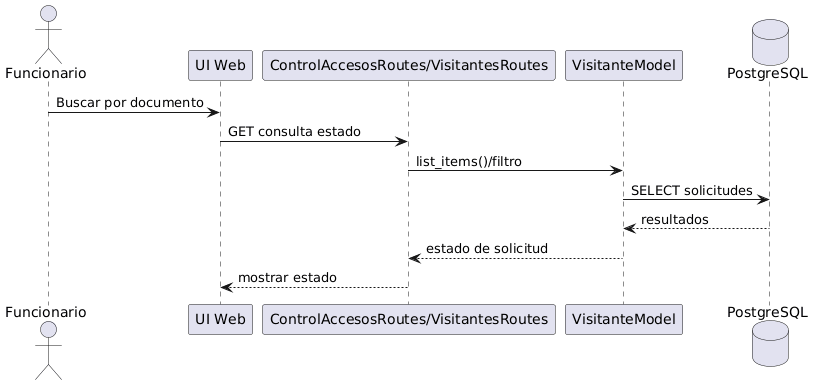
maranavard/SISTEMA-COMPUTACIONAL-PARA-LA-GESTION-Y-CONTROL-DE-ACCESO-DE-AUTOMOVILES-M-DULO-WEB keeps this PlantUML diagram as docs/uml/render/secuencias/CU18_consultar_estado_visitante_funcionario.png. Above is the earlier version.
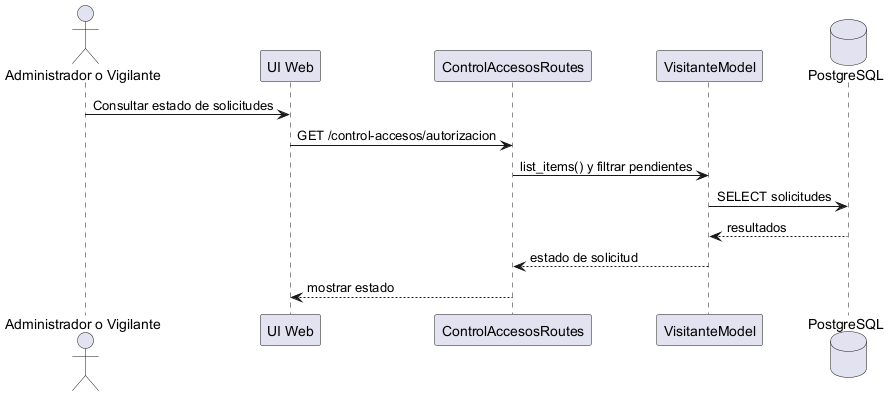
The same file after the commit.

Diff of the diagram source:
```diff
@@ -1,13 +1,13 @@
-@startuml
-actor Funcionario
+@startuml CU18_consultar_estado_visitante_funcionario
+actor "Administrador o Vigilante" as Actor
 participant "UI Web" as UI
-participant "ControlAccesosRoutes/VisitantesRoutes" as R
+participant "ControlAccesosRoutes" as R
 participant "VisitanteModel" as V
 database "PostgreSQL" as DB
 
-Funcionario -> UI : Buscar por documento
-UI -> R : GET consulta estado
-R -> V : list_items()/filtro
+Actor -> UI : Consultar estado de solicitudes
+UI -> R : GET /control-accesos/autorizacion
+R -> V : list_items() y filtrar pendientes
 V -> DB : SELECT solicitudes
 DB --> V : resultados
 V --> R : estado de solicitud
```
